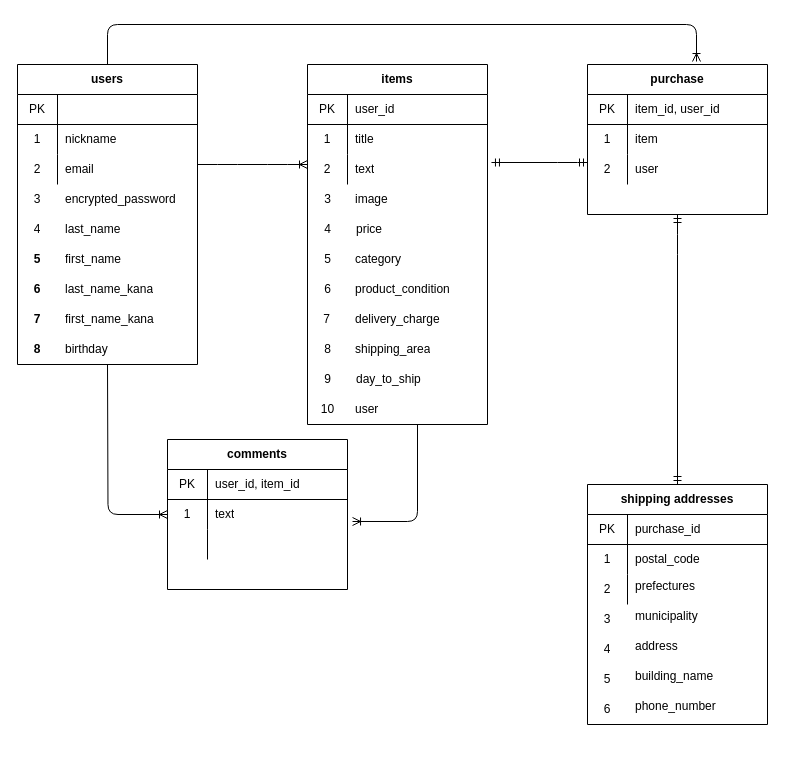
Above: er.drawio in kokorouruou/furima-34713 (draw.io), before the change. Source tidied: cells renumbered, new cells numbered last; positions are measured from the earlier drawing's top-left corner, leaving out a move shared by most shapes. Both pictures are drawn from the tidied source at 100%, with x=0, y=0 at pixel (17, 24).
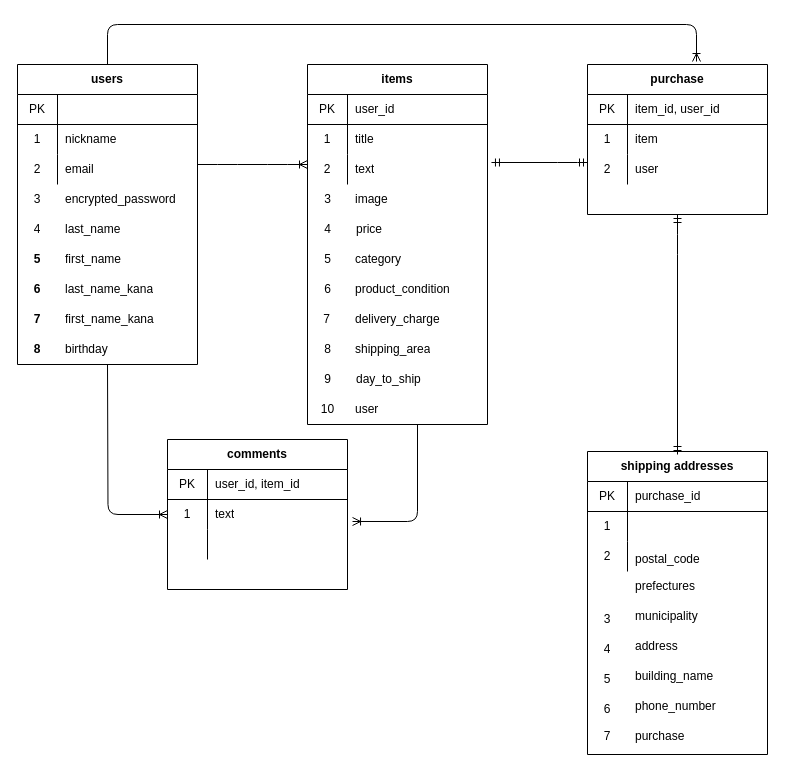
After the change.

Commit message (it also covers changes not shown here):
ER図、README作成（5回目）

The change refers to these unchanged cells:
```xml
<mxCell id="22" value="purchase" style="shape=table;html=1;whiteSpace=wrap;startSize=30;childLayout=tableLayout;rowLines=0;fontStyle=1;align=center;" parent="1" vertex="1">
  <mxGeometry x="570" y="40" width="180" height="150" as="geometry" />
</mxCell>
```

What changed in the source:
```diff
@@
     <mxCell id="47" value="shipping addresses" style="shape=table;html=1;whiteSpace=wrap;startSize=30;childLayout=tableLayout;rowLines=0;fontStyle=1;align=center;" parent="1" vertex="1">
-      <mxGeometry x="570" y="460" width="180" height="240" as="geometry" />
+      <mxGeometry x="570" y="427" width="180" height="303" as="geometry" />
     </mxCell>
@@
-    <mxCell id="57" style="fontSize=12;html=1;endArrow=ERmandOne;startArrow=ERmandOne;exitX=0.5;exitY=0;exitDx=0;exitDy=0;entryX=0.5;entryY=1;entryDx=0;entryDy=0;" parent="1" edge="1" source="47" target="22">
+    <mxCell id="57" style="fontSize=12;html=1;endArrow=ERmandOne;startArrow=ERmandOne;entryX=0.5;entryY=1;entryDx=0;entryDy=0;" parent="1" edge="1" target="22">
       <mxGeometry relative="1" as="geometry">
+        <mxPoint x="660" y="430" as="sourcePoint" />
         <Array as="points">
           <mxPoint x="660" y="220" />
         </Array>
       </mxGeometry>
     </mxCell>
@@
+    <mxCell id="99" value="7" style="shape=partialRectangle;html=1;whiteSpace=wrap;fillColor=none;top=0;left=0;bottom=0;right=0;overflow=hidden;" parent="1" vertex="1">
+      <mxGeometry x="570" y="697" width="40" height="30" as="geometry" />
+    </mxCell>
+    <mxCell id="100" value="purchase" style="shape=partialRectangle;html=1;whiteSpace=wrap;fillColor=none;top=0;left=0;bottom=0;right=0;align=left;spacingLeft=6;overflow=hidden;" parent="1" vertex="1">
+      <mxGeometry x="610" y="697" width="140" height="30" as="geometry" />
+    </mxCell>
```
